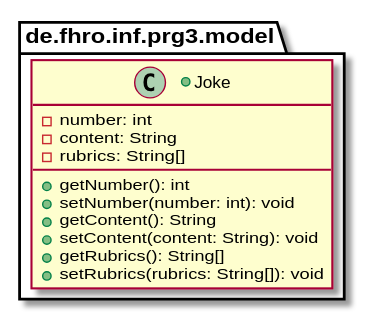
This is assets/ModelSpec.svg from wolfol67755/06-annotations-reflection, a PlantUML export, as it was before one commit. Source of this version:
```plantuml
@startuml ModelSpec
package de.fhro.inf.prg3.model {
    +class Joke {

        -number: int
        -content: String
        -rubrics: String[]

        +getNumber(): int
        +setNumber(number: int): void
        +getContent(): String
        +setContent(content: String): void
        +getRubrics(): String[]
        +setRubrics(rubrics: String[]): void
    }
}
@enduml
```
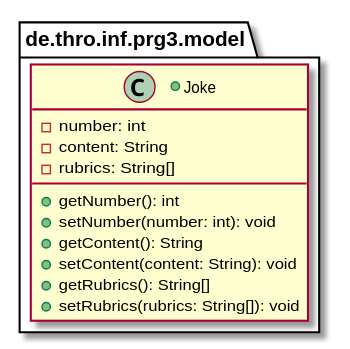
After the commit.

What changed in the source:
```diff
@@ -1,5 +1,5 @@
 @startuml ModelSpec
-package de.fhro.inf.prg3.model {
+package de.thro.inf.prg3.model {
     +class Joke {
 
         -number: int
```
